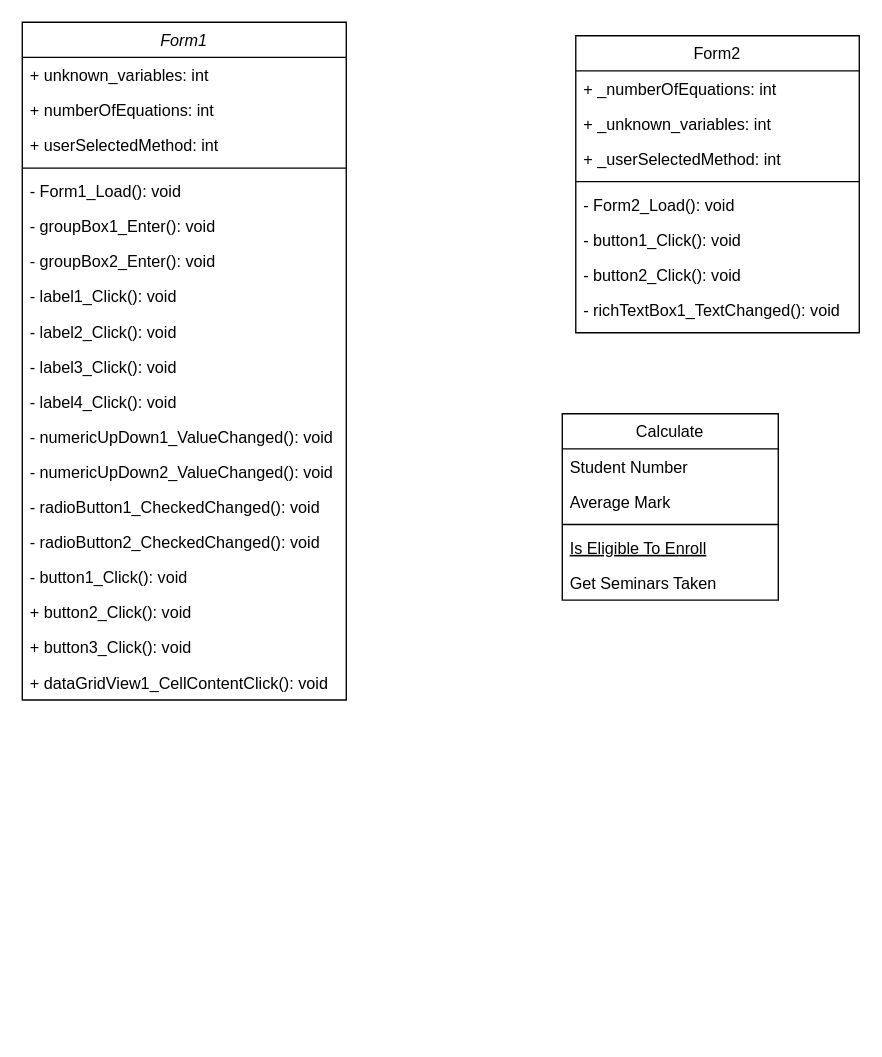
Above: Диаграмма без названия.drawio in lyudmilareshetyuk/practice-system-Gauss (draw.io), before the change. Source tidied: cells renumbered, new cells numbered last; positions are measured from the earlier drawing's top-left corner, leaving out a move shared by most shapes. Both pictures are drawn from the tidied source at 135%, with x=0, y=0 at pixel (22, 22).
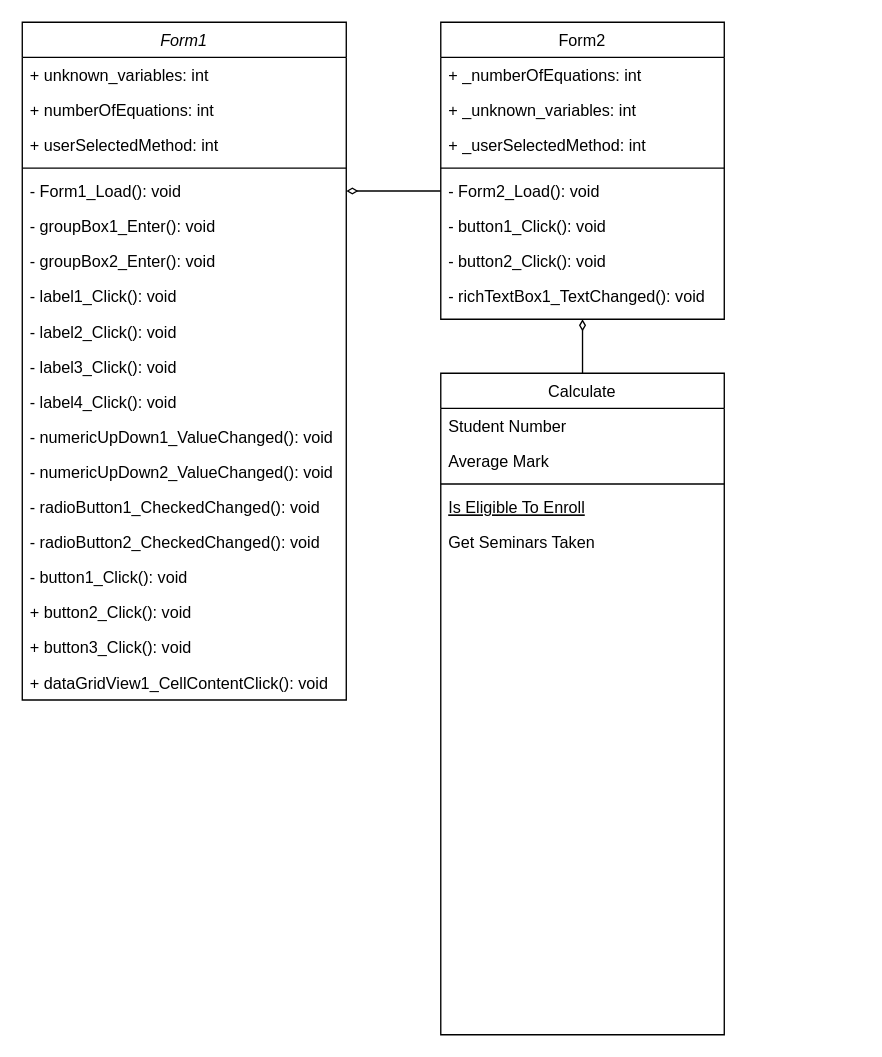
Above is the later version.

Unchanged cells that the change refers to:
```xml
<mxCell id="7" value="- Form1_Load(): void" style="text;align=left;verticalAlign=top;spacingLeft=4;spacingRight=4;overflow=hidden;points=[[0,0.5],[1,0.5]];portConstraint=eastwest;" parent="2" vertex="1">
  <mxGeometry y="112" width="240" height="26" as="geometry" />
</mxCell>
<mxCell id="33" value="- Form2_Load(): void" style="text;align=left;verticalAlign=top;spacingLeft=4;spacingRight=4;overflow=hidden;points=[[0,0.5],[1,0.5]];portConstraint=eastwest;" parent="28" vertex="1">
  <mxGeometry y="112" width="210" height="26" as="geometry" />
</mxCell>
```

What changed in the source:
```diff
@@
+    <mxCell id="37" style="edgeStyle=orthogonalEdgeStyle;rounded=0;jettySize=auto;html=1;entryX=0.5;entryY=1;entryDx=0;entryDy=0;endArrow=diamondThin;endFill=0;" parent="1" edge="1" source="22" target="28">
+      <mxGeometry relative="1" as="geometry" />
+    </mxCell>
     <mxCell id="22" value="Calculate" style="swimlane;fontStyle=0;align=center;verticalAlign=top;horizontal=1;startSize=26;rounded=0;shadow=0;strokeWidth=1;" parent="1" vertex="1">
-      <mxGeometry x="400" y="290" width="160" height="138" as="geometry" />
+      <mxGeometry x="310" y="260" width="210" height="490" as="geometry" />
     </mxCell>
     <mxCell id="23" value="Student Number" style="text;align=left;verticalAlign=top;spacingLeft=4;spacingRight=4;overflow=hidden;" parent="22" vertex="1">
-      <mxGeometry y="26" width="160" height="26" as="geometry" />
+      <mxGeometry y="26" width="210" height="26" as="geometry" />
     </mxCell>
     <mxCell id="24" value="Average Mark" style="text;align=left;verticalAlign=top;spacingLeft=4;spacingRight=4;overflow=hidden;rounded=0;shadow=0;html=0;" parent="22" vertex="1">
-      <mxGeometry y="52" width="160" height="26" as="geometry" />
+      <mxGeometry y="52" width="210" height="26" as="geometry" />
     </mxCell>
     <mxCell id="25" style="line;html=1;strokeWidth=1;align=left;verticalAlign=middle;spacingTop=-1;spacingLeft=3;spacingRight=3;labelPosition=right;" parent="22" vertex="1">
-      <mxGeometry y="78" width="160" height="8" as="geometry" />
+      <mxGeometry y="78" width="210" height="8" as="geometry" />
     </mxCell>
     <mxCell id="26" value="Is Eligible To Enroll" style="text;align=left;verticalAlign=top;spacingLeft=4;spacingRight=4;overflow=hidden;fontStyle=4;" parent="22" vertex="1">
-      <mxGeometry y="86" width="160" height="26" as="geometry" />
+      <mxGeometry y="86" width="210" height="26" as="geometry" />
     </mxCell>
     <mxCell id="27" value="Get Seminars Taken" style="text;align=left;verticalAlign=top;spacingLeft=4;spacingRight=4;overflow=hidden;" parent="22" vertex="1">
-      <mxGeometry y="112" width="160" height="26" as="geometry" />
+      <mxGeometry y="112" width="210" height="26" as="geometry" />
     </mxCell>
     <mxCell id="28" value="Form2" style="swimlane;fontStyle=0;align=center;verticalAlign=top;horizontal=1;startSize=26;rounded=0;shadow=0;strokeWidth=1;" parent="1" vertex="1">
-      <mxGeometry x="410" y="10" width="210" height="220" as="geometry" />
+      <mxGeometry x="310" width="210" height="220" as="geometry" />
     </mxCell>
@@
+    <mxCell id="38" style="edgeStyle=orthogonalEdgeStyle;rounded=0;jettySize=auto;html=1;exitX=0;exitY=0.5;exitDx=0;exitDy=0;entryX=1;entryY=0.5;entryDx=0;entryDy=0;endArrow=diamondThin;endFill=0;" parent="1" edge="1" source="33" target="7">
+      <mxGeometry relative="1" as="geometry" />
+    </mxCell>
```
